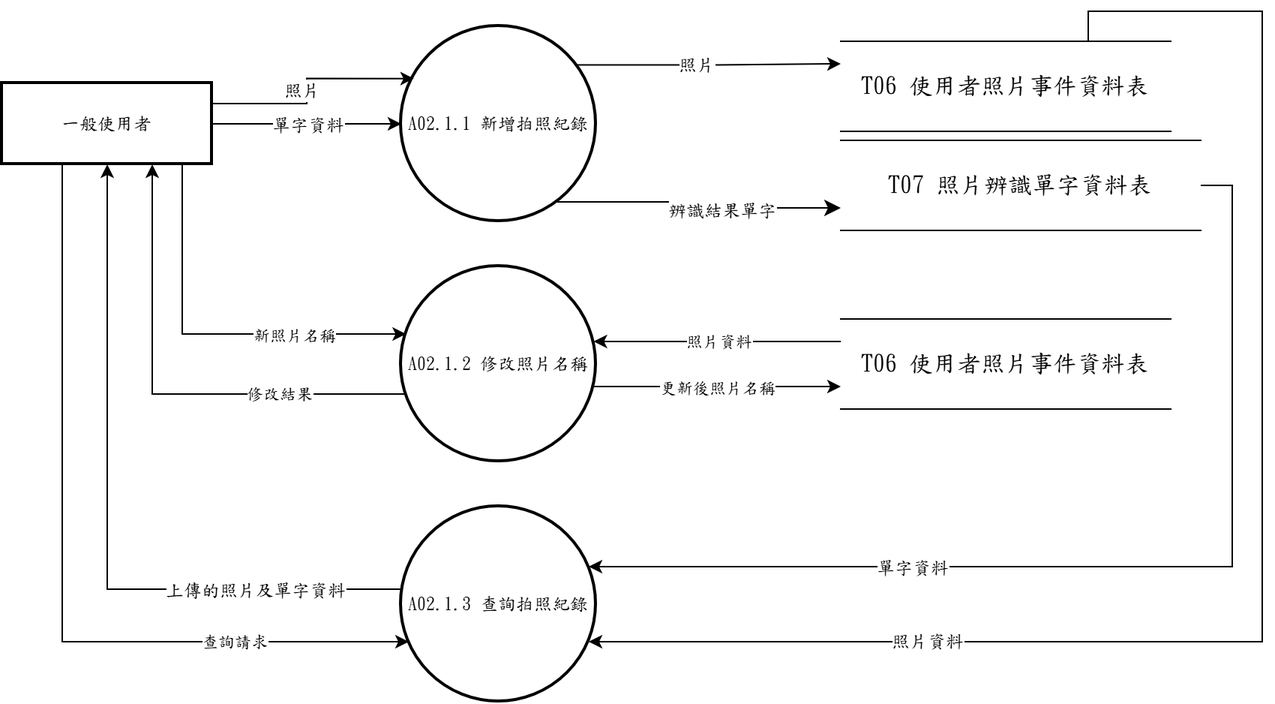
This is 系統文件/第6章/DFD圖/圖2/新/圖2.1.drawio.png from s22452007/115502, a draw.io export, as it was before one commit. Source tidied: cells renumbered, new cells last; positions are measured from the earlier drawing's top-left corner, leaving out a move shared by most shapes.
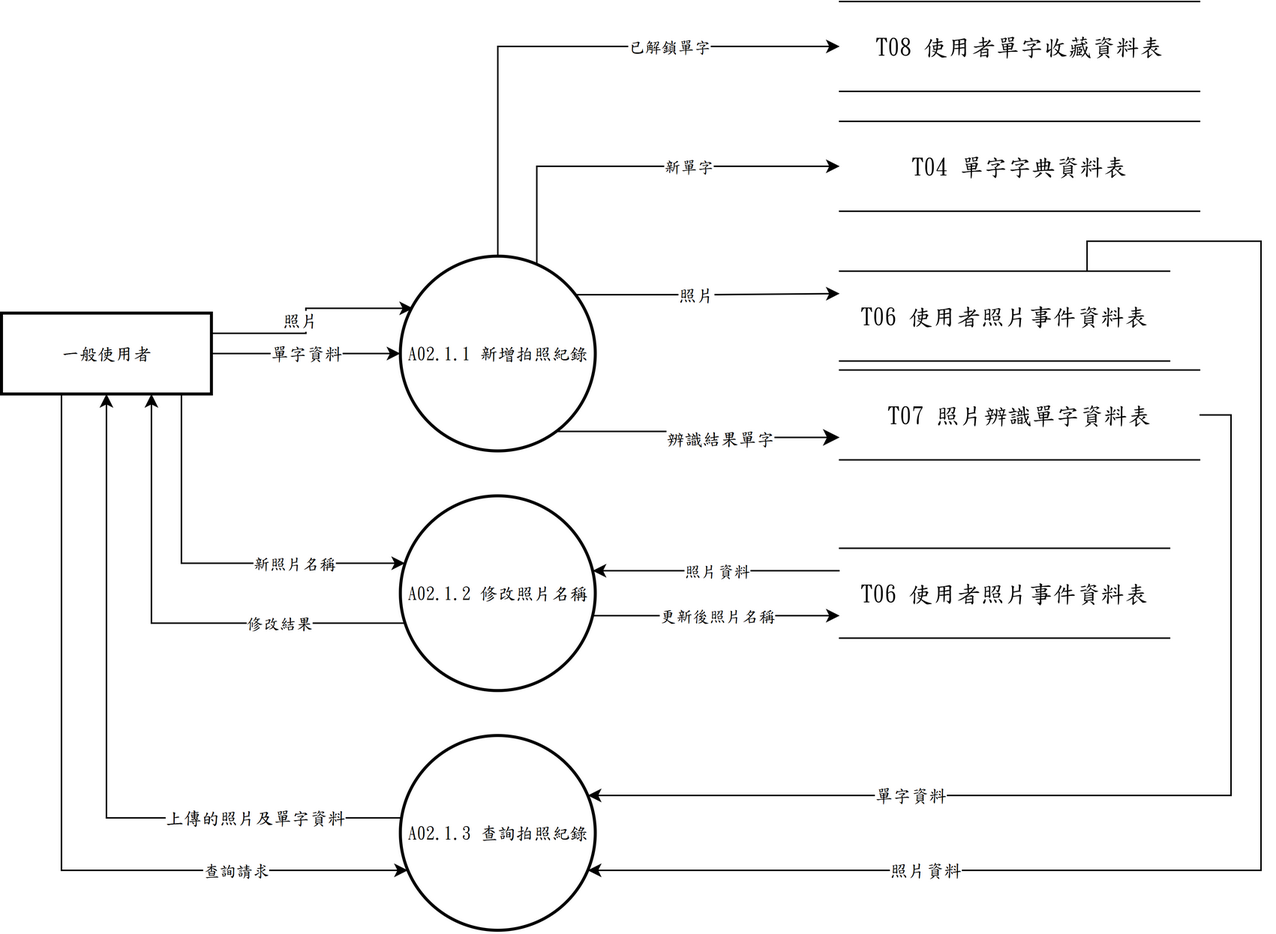
After the commit.

Change to the diagram source:
```diff
@@ -126,5 +126,31 @@
     <mxCell id="32" value="查詢請求" style="edgeLabel;html=1;align=center;verticalAlign=middle;fontFamily=標楷體;" parent="31" vertex="1">
       <mxGeometry x="0.58" relative="1" as="geometry" />
     </mxCell>
+    <mxCell id="33" value="&lt;span lang=&quot;EN-US&quot; style=&quot;font-size: 12pt;&quot;&gt;T08&amp;nbsp;&lt;/span&gt;&lt;span style=&quot;font-size: 12pt;&quot;&gt;使用者單字收藏資料表&lt;/span&gt;" style="shape=partialRectangle;whiteSpace=wrap;html=1;left=0;right=0;fontFamily=標楷體;fontSize=12;" parent="1" vertex="1">
+      <mxGeometry x="559" y="-160" width="240" height="60" as="geometry" />
+    </mxCell>
+    <mxCell id="34" value="&lt;span lang=&quot;EN-US&quot; style=&quot;font-size: 12pt;&quot;&gt;T04&amp;nbsp;&lt;/span&gt;&lt;span style=&quot;font-size: 12pt;&quot;&gt;單字字典資料表&lt;/span&gt;" style="shape=partialRectangle;whiteSpace=wrap;html=1;left=0;right=0;fontFamily=標楷體;fontSize=12;" parent="1" vertex="1">
+      <mxGeometry x="559" y="-80" width="240" height="60" as="geometry" />
+    </mxCell>
+    <mxCell id="35" style="edgeStyle=orthogonalEdgeStyle;rounded=0;jettySize=auto;html=1;exitX=0.5000;exitY=0.0000;exitDx=0;exitDy=0;exitPerimeter=0;entryX=0.0000;entryY=0.5000;entryDx=0;entryDy=0;entryPerimeter=0;" parent="1" edge="1" source="5" target="33">
+      <mxGeometry relative="1" as="geometry">
+        <Array as="points">
+          <mxPoint x="331" y="-130" />
+        </Array>
+      </mxGeometry>
+    </mxCell>
+    <mxCell id="36" value="已解鎖單字" style="edgeLabel;html=1;align=center;verticalAlign=middle;fontFamily=標楷體;" parent="35" vertex="1">
+      <mxGeometry x="0.38" relative="1" as="geometry" />
+    </mxCell>
+    <mxCell id="37" style="edgeStyle=orthogonalEdgeStyle;rounded=0;jettySize=auto;html=1;exitX=0.7000;exitY=0.0417;exitDx=0;exitDy=0;exitPerimeter=0;entryX=0.0000;entryY=0.5000;entryDx=0;entryDy=0;entryPerimeter=0;" parent="1" edge="1" source="5" target="34">
+      <mxGeometry relative="1" as="geometry">
+        <Array as="points">
+          <mxPoint x="357" y="-50" />
+        </Array>
+      </mxGeometry>
+    </mxCell>
+    <mxCell id="38" value="新單字" style="edgeLabel;html=1;align=center;verticalAlign=middle;fontFamily=標楷體;" parent="37" vertex="1">
+      <mxGeometry x="0.24" relative="1" as="geometry" />
+    </mxCell>
   </root>
 </mxGraphModel>
```
